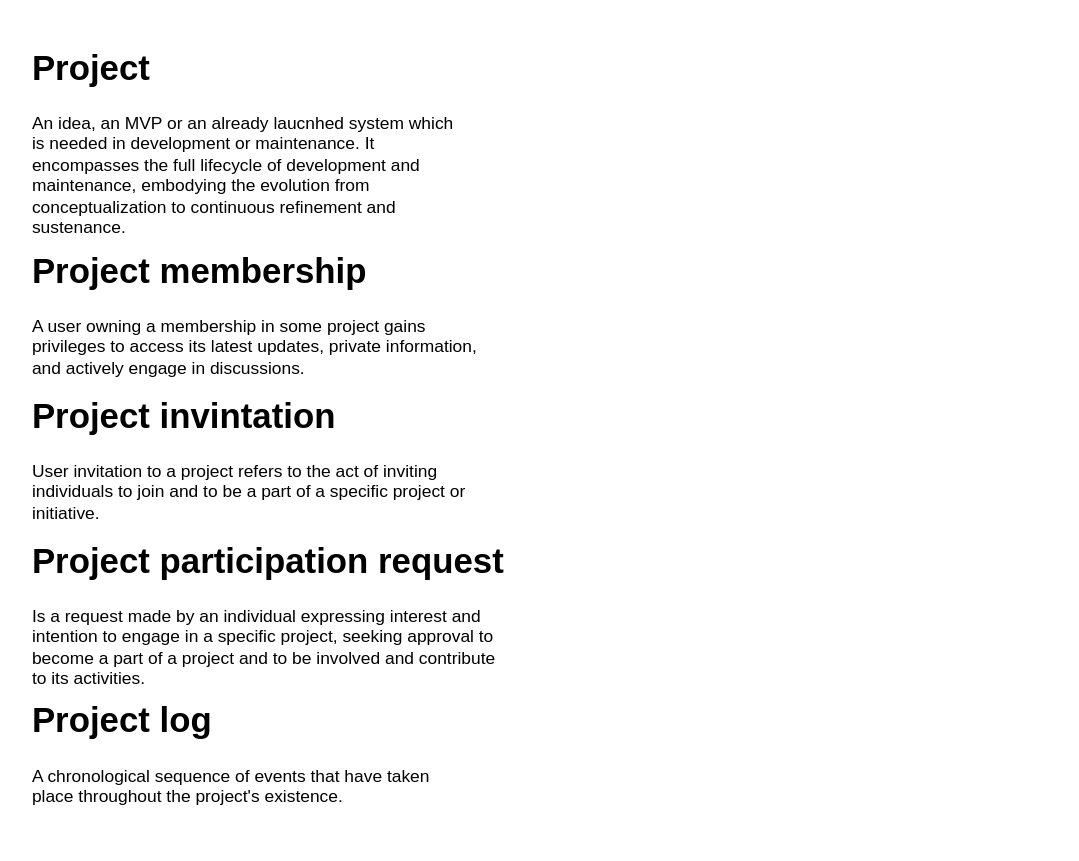
Above: page "Domain" (1 of 7) of startup-team.drawio in wizewizzard/startup-team (draw.io), before the change. Source tidied: cells renumbered, new cells numbered last; positions are measured from the earlier drawing's top-left corner, leaving out a move shared by most shapes. Both pictures are drawn from the tidied source at 145%, with x=0, y=0 at pixel (25, 39).
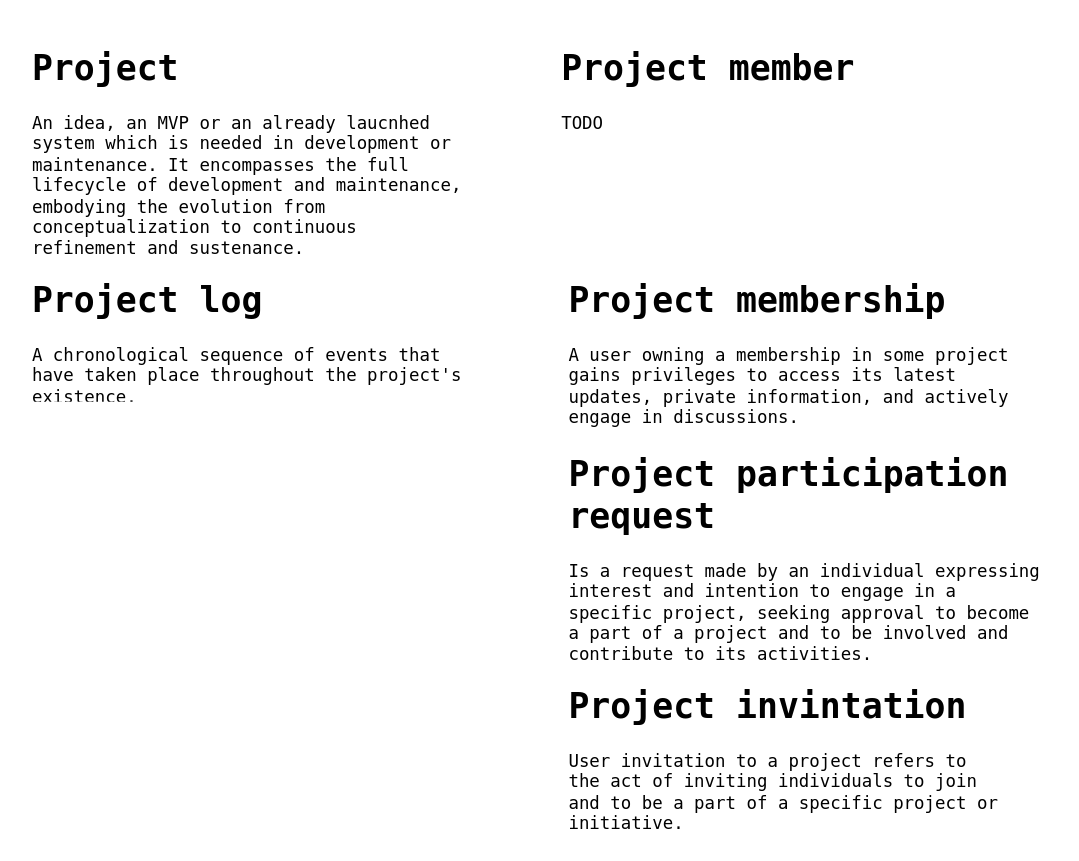
The same diagram, later.

Commit message (it also covers changes not shown here):
Elaborate membership flows

The edit, as a diff of the source:
```diff
@@
 <mxGraphModel>
   <root>
     <mxCell id="0" />
     <mxCell id="1" parent="0" />
-    <mxCell id="2" value="&lt;h1&gt;Project&lt;/h1&gt;&lt;p&gt;An idea, an MVP or an already laucnhed system which is needed in development or maintenance.&amp;nbsp;It encompasses the full lifecycle of development and maintenance, embodying the evolution from conceptualization to continuous refinement and sustenance.&lt;/p&gt;" style="text;html=1;strokeColor=none;fillColor=none;spacing=5;spacingTop=-20;whiteSpace=wrap;overflow=hidden;rounded=0;" parent="1" vertex="1">
-      <mxGeometry width="310" height="140" as="geometry" />
+    <mxCell id="2" value="&lt;h1&gt;Project&lt;/h1&gt;&lt;p&gt;An idea, an MVP or an already laucnhed system which is needed in development or maintenance.&amp;nbsp;It encompasses the full lifecycle of development and maintenance, embodying the evolution from conceptualization to continuous refinement and sustenance.&lt;/p&gt;" style="text;html=1;strokeColor=none;fillColor=none;spacing=5;spacingTop=-20;whiteSpace=wrap;overflow=hidden;rounded=0;fontFamily=Lucida Console;" parent="1" vertex="1">
+      <mxGeometry width="310" height="160" as="geometry" />
     </mxCell>
-    <mxCell id="3" value="&lt;h1&gt;Project invintation&lt;/h1&gt;&lt;div class=&quot;text-xs flex items-center justify-center gap-1 invisible absolute left-0 top-2 -ml-4 -translate-x-full group-hover:visible !invisible&quot;&gt;&lt;/div&gt;&lt;p&gt;&lt;span style=&quot;background-color: initial;&quot;&gt;User invitation to a project refers to the act of inviting individuals to join and to be a part of a specific project or initiative.&lt;/span&gt;&lt;/p&gt;" style="text;html=1;strokeColor=none;fillColor=none;spacing=5;spacingTop=-20;whiteSpace=wrap;overflow=hidden;rounded=0;" parent="1" vertex="1">
-      <mxGeometry y="240" width="310" height="100" as="geometry" />
+    <mxCell id="3" value="&lt;h1&gt;Project invintation&lt;/h1&gt;&lt;div class=&quot;text-xs flex items-center justify-center gap-1 invisible absolute left-0 top-2 -ml-4 -translate-x-full group-hover:visible !invisible&quot;&gt;&lt;/div&gt;&lt;p&gt;&lt;span style=&quot;background-color: initial;&quot;&gt;User invitation to a project refers to the act of inviting individuals to join and to be a part of a specific project or initiative.&lt;/span&gt;&lt;/p&gt;" style="text;html=1;strokeColor=none;fillColor=none;spacing=5;spacingTop=-20;whiteSpace=wrap;overflow=hidden;rounded=0;fontFamily=Lucida Console;" parent="1" vertex="1">
+      <mxGeometry x="370" y="440" width="310" height="110" as="geometry" />
     </mxCell>
-    <mxCell id="4" value="&lt;h1&gt;Project membership&lt;/h1&gt;&lt;p&gt;A user owning a membership in some project gains privileges to access its latest updates, private information, and actively engage in discussions.&lt;/p&gt;" style="text;html=1;strokeColor=none;fillColor=none;spacing=5;spacingTop=-20;whiteSpace=wrap;overflow=hidden;rounded=0;" parent="1" vertex="1">
-      <mxGeometry y="140" width="320" height="100" as="geometry" />
+    <mxCell id="4" value="&lt;h1&gt;Project membership&lt;/h1&gt;&lt;p&gt;A user owning a membership in some project gains privileges to access its latest updates, private information, and actively engage in discussions.&lt;/p&gt;" style="text;html=1;strokeColor=none;fillColor=none;spacing=5;spacingTop=-20;whiteSpace=wrap;overflow=hidden;rounded=0;fontFamily=Lucida Console;" parent="1" vertex="1">
+      <mxGeometry x="370" y="160" width="320" height="140" as="geometry" />
     </mxCell>
-    <mxCell id="5" value="&lt;h1&gt;Project log&lt;/h1&gt;&lt;div class=&quot;text-xs flex items-center justify-center gap-1 invisible absolute left-0 top-2 -ml-4 -translate-x-full group-hover:visible !invisible&quot;&gt;&lt;/div&gt;&lt;p&gt;A chronological sequence of events that have taken place throughout the project's existence.&lt;br&gt;&lt;/p&gt;" style="text;html=1;strokeColor=none;fillColor=none;spacing=5;spacingTop=-20;whiteSpace=wrap;overflow=hidden;rounded=0;" parent="1" vertex="1">
-      <mxGeometry y="450" width="310" height="90" as="geometry" />
+    <mxCell id="5" value="&lt;h1&gt;Project log&lt;/h1&gt;&lt;div class=&quot;text-xs flex items-center justify-center gap-1 invisible absolute left-0 top-2 -ml-4 -translate-x-full group-hover:visible !invisible&quot;&gt;&lt;/div&gt;&lt;p&gt;A chronological sequence of events that have taken place throughout the project's existence.&lt;br&gt;&lt;/p&gt;" style="text;html=1;strokeColor=none;fillColor=none;spacing=5;spacingTop=-20;whiteSpace=wrap;overflow=hidden;rounded=0;fontFamily=Lucida Console;" parent="1" vertex="1">
+      <mxGeometry y="160" width="310" height="90" as="geometry" />
     </mxCell>
-    <mxCell id="6" value="&lt;h1&gt;Project participation request&lt;/h1&gt;&lt;div class=&quot;text-xs flex items-center justify-center gap-1 invisible absolute left-0 top-2 -ml-4 -translate-x-full group-hover:visible !invisible&quot;&gt;&lt;/div&gt;&lt;p&gt;Is a request made by an individual expressing interest and intention to engage in a specific project, seeking approval to become a part of a project and to be involved and contribute to its activities.&lt;br&gt;&lt;/p&gt;" style="text;html=1;strokeColor=none;fillColor=none;spacing=5;spacingTop=-20;whiteSpace=wrap;overflow=hidden;rounded=0;" parent="1" vertex="1">
-      <mxGeometry y="340" width="340" height="110" as="geometry" />
+    <mxCell id="6" value="&lt;h1&gt;Project participation request&lt;/h1&gt;&lt;div class=&quot;text-xs flex items-center justify-center gap-1 invisible absolute left-0 top-2 -ml-4 -translate-x-full group-hover:visible !invisible&quot;&gt;&lt;/div&gt;&lt;p&gt;Is a request made by an individual expressing interest and intention to engage in a specific project, seeking approval to become a part of a project and to be involved and contribute to its activities.&lt;br&gt;&lt;/p&gt;" style="text;html=1;strokeColor=none;fillColor=none;spacing=5;spacingTop=-20;whiteSpace=wrap;overflow=hidden;rounded=0;fontFamily=Lucida Console;" parent="1" vertex="1">
+      <mxGeometry x="370" y="280" width="340" height="150" as="geometry" />
     </mxCell>
+    <mxCell id="7" value="&lt;h1&gt;Project member&lt;/h1&gt;&lt;p&gt;TODO&lt;/p&gt;" style="text;html=1;strokeColor=none;fillColor=none;spacing=5;spacingTop=-20;whiteSpace=wrap;overflow=hidden;rounded=0;fontFamily=Lucida Console;" parent="1" vertex="1">
+      <mxGeometry x="365" width="320" height="140" as="geometry" />
+    </mxCell>
   </root>
 </mxGraphModel>
```
